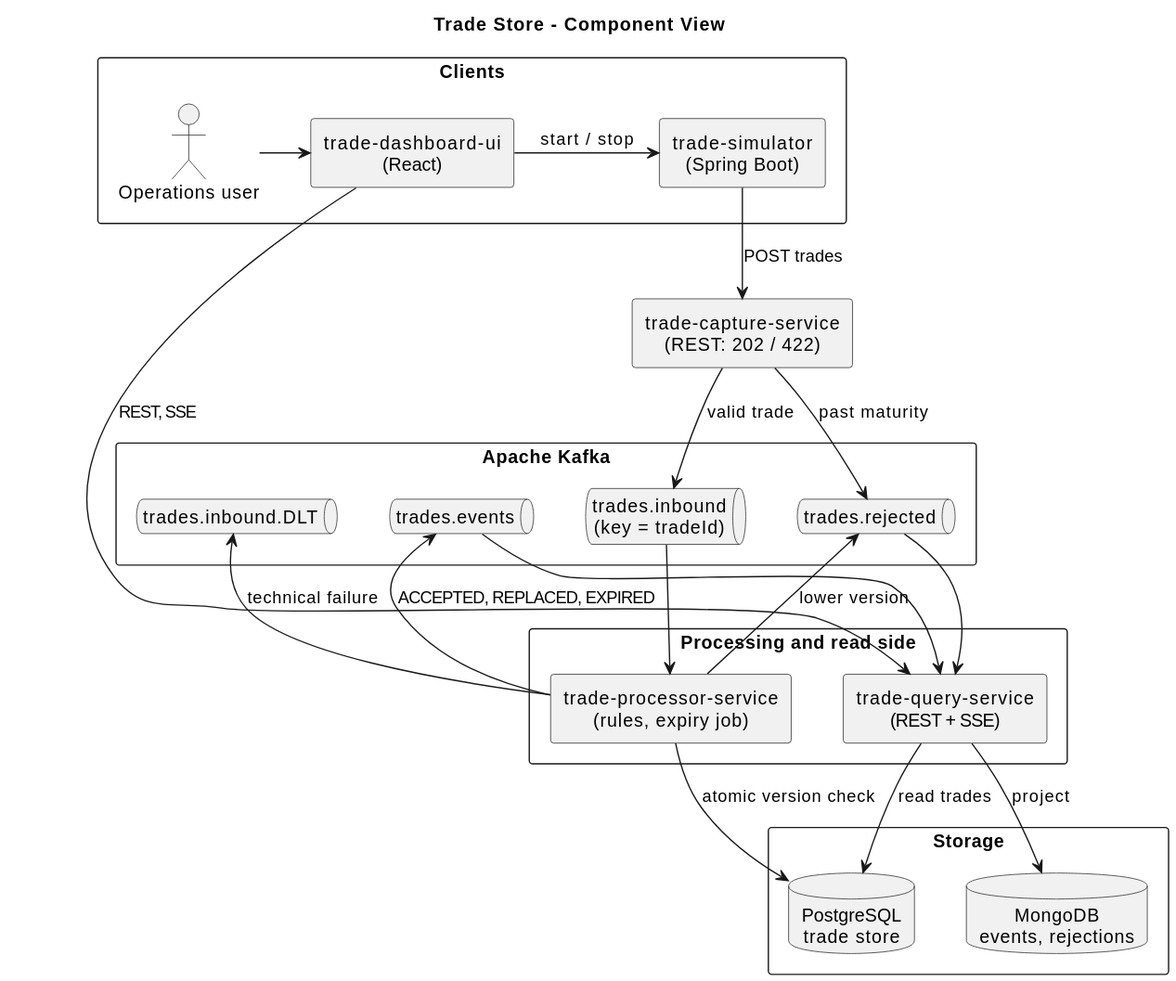
The PlantUML diagram docs/diagrams/component.svg in vijaydixitffis/dws-trade-app, before a commit.
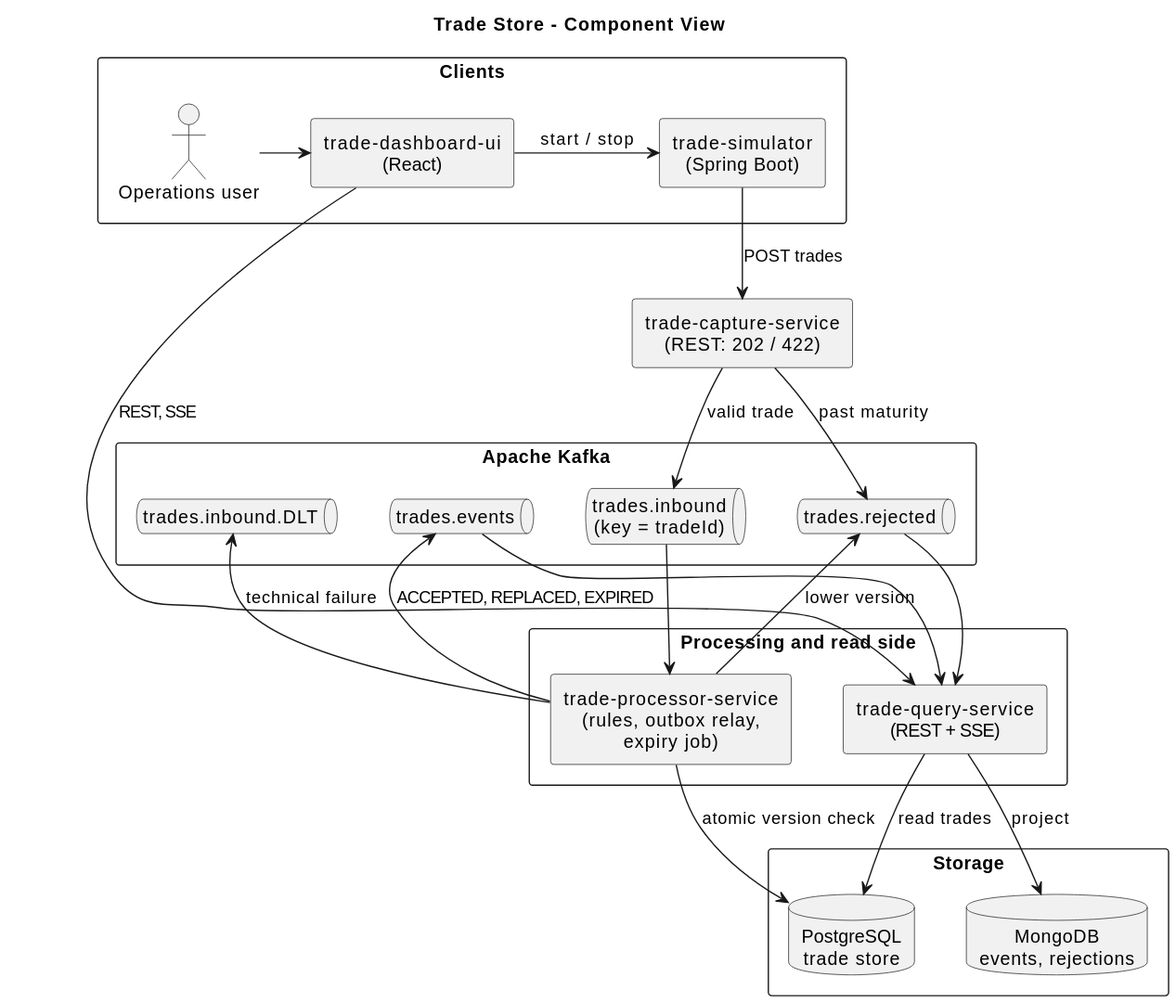
The same diagram one commit later.

The edit, as a diff of the source:
```diff
@@ -25,7 +25,7 @@
 }
 
 rectangle "Processing and read side" as services {
-  component "trade-processor-service\n(rules, expiry job)" as processor
+  component "trade-processor-service\n(rules, outbox relay,\nexpiry job)" as processor
   component "trade-query-service\n(REST + SSE)" as query
   processor -[hidden]right-> query
 }
```
